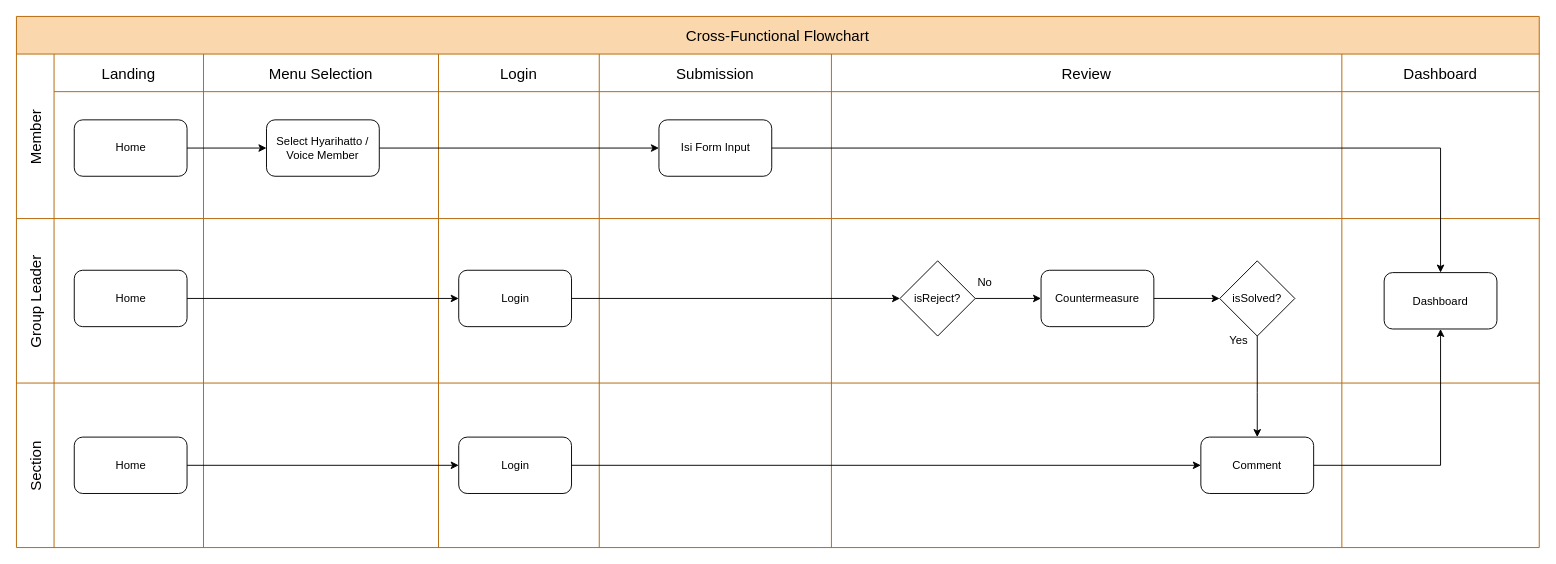
Before: page "Flow" (1 of 2) of sys_design/Flow_ERD.drawio in bagususwanto/think-forward, a draw.io diagram. Source tidied: cells renumbered, new cells numbered last; positions are measured from the earlier drawing's top-left corner, leaving out a move shared by most shapes. Both pictures are drawn from the tidied source at 94%, with x=0, y=0 at pixel (16, 16).
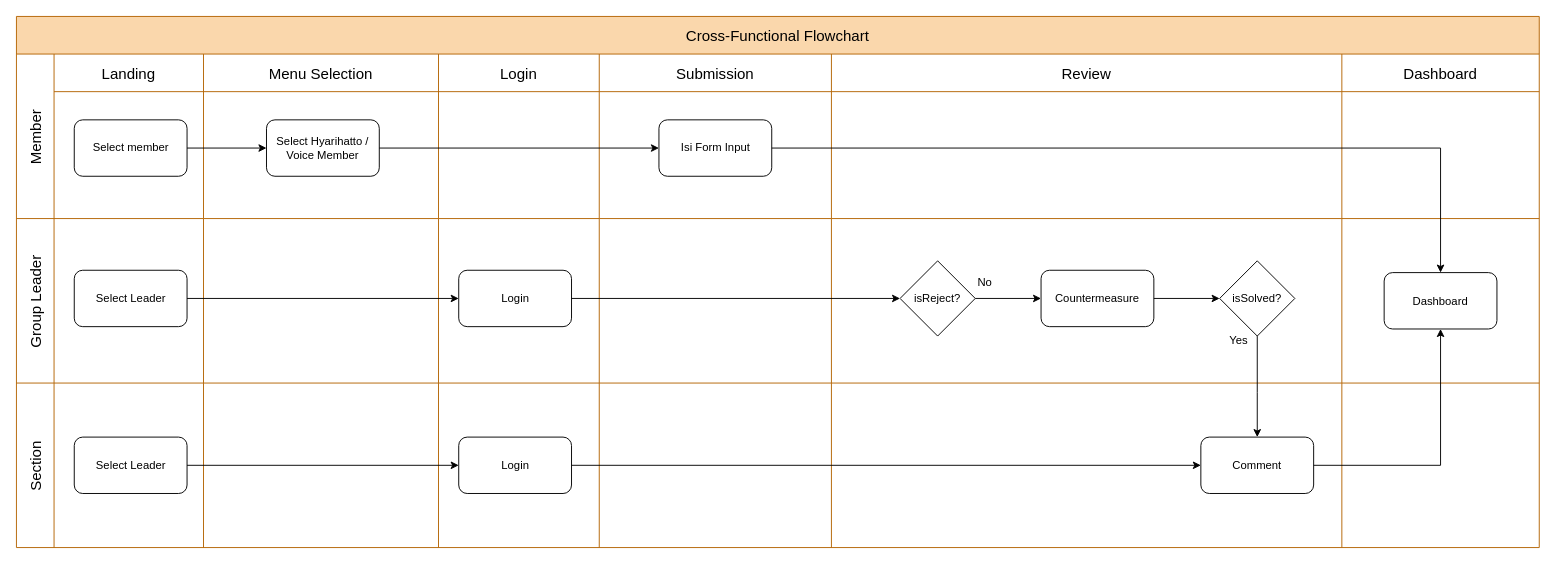
After the change.

The change refers to these unchanged cells:
```xml
<mxCell id="4" value="Landing" style="swimlane;swimlaneHead=0;swimlaneBody=0;fontStyle=0;strokeColor=inherit;fillColor=none;startSize=40;fontSize=16;" parent="3" vertex="1">
  <mxGeometry x="40" width="159" height="175" as="geometry" />
</mxCell>
<mxCell id="16" style="swimlane;swimlaneHead=0;swimlaneBody=0;fontStyle=0;strokeColor=inherit;fillColor=none;startSize=0;fontSize=16;" parent="15" vertex="1">
  <mxGeometry x="40" width="159" height="175" as="geometry" />
</mxCell>
<mxCell id="34" style="swimlane;swimlaneHead=0;swimlaneBody=0;fontStyle=0;strokeColor=inherit;fillColor=none;startSize=0;fontSize=16;" parent="33" vertex="1">
  <mxGeometry x="40" width="159" height="175" as="geometry" />
</mxCell>
```

Diff of the diagram source:
```diff
@@
-    <mxCell id="5" value="Home" style="rounded=1;whiteSpace=wrap;html=1;" parent="4" vertex="1">
+    <mxCell id="5" value="Select member" style="rounded=1;whiteSpace=wrap;html=1;" parent="4" vertex="1">
       <mxGeometry x="21.5" y="70" width="120" height="60" as="geometry" />
     </mxCell>
@@
-    <mxCell id="17" value="Home" style="rounded=1;whiteSpace=wrap;html=1;" parent="16" vertex="1">
+    <mxCell id="17" value="Select Leader" style="rounded=1;whiteSpace=wrap;html=1;" parent="16" vertex="1">
       <mxGeometry x="21.5" y="55" width="120" height="60" as="geometry" />
     </mxCell>
@@
-    <mxCell id="35" value="Home" style="rounded=1;whiteSpace=wrap;html=1;" parent="34" vertex="1">
+    <mxCell id="35" value="Select Leader" style="rounded=1;whiteSpace=wrap;html=1;" parent="34" vertex="1">
       <mxGeometry x="21.5" y="57.5" width="120" height="60" as="geometry" />
     </mxCell>
```
